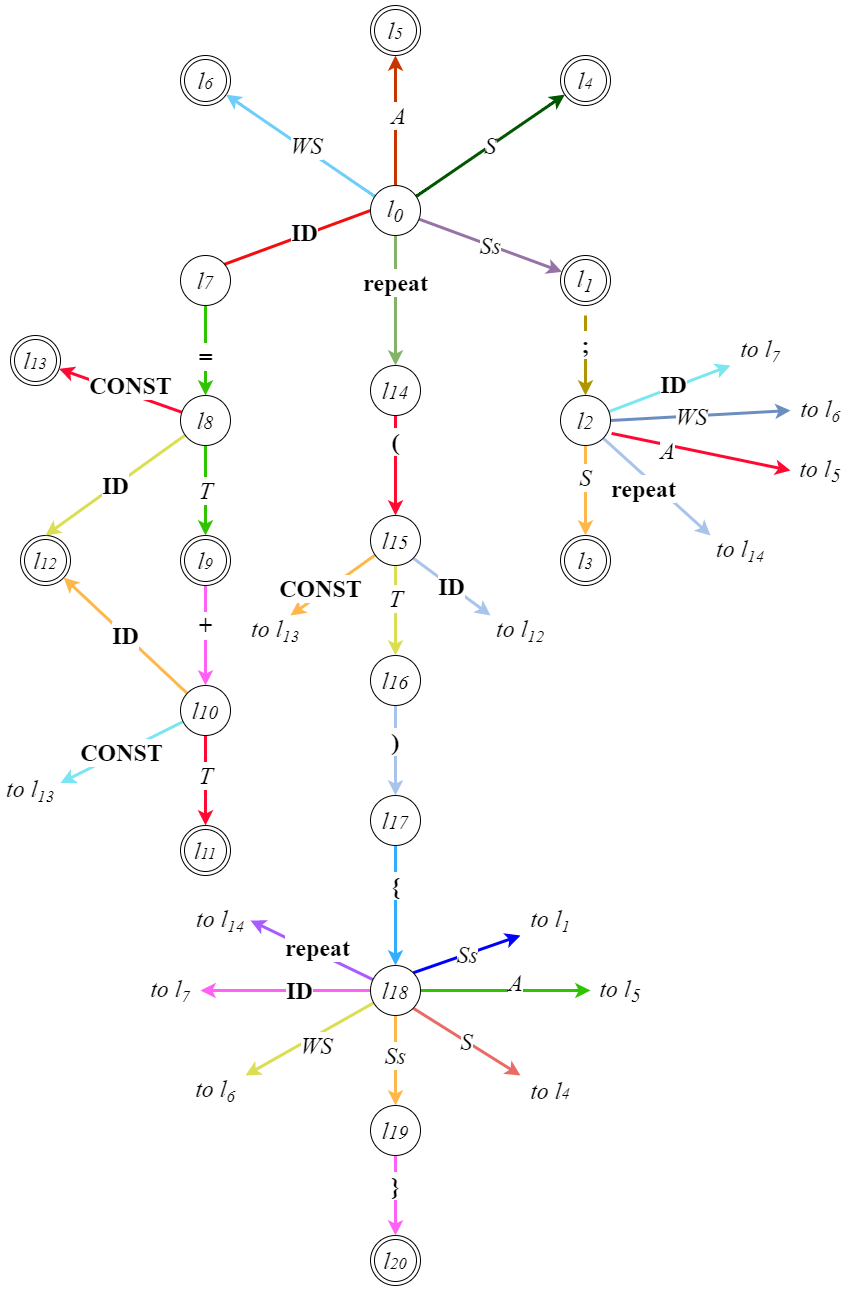
This is Programski Prevodioci/Lab/2021/Lab 2/Latest.drawio.png from sssteeefaaan/VII-Semestar, a draw.io export, as it was before one commit. Source tidied: cells renumbered, new cells last; positions are measured from the earlier drawing's top-left corner, leaving out a move shared by most shapes.
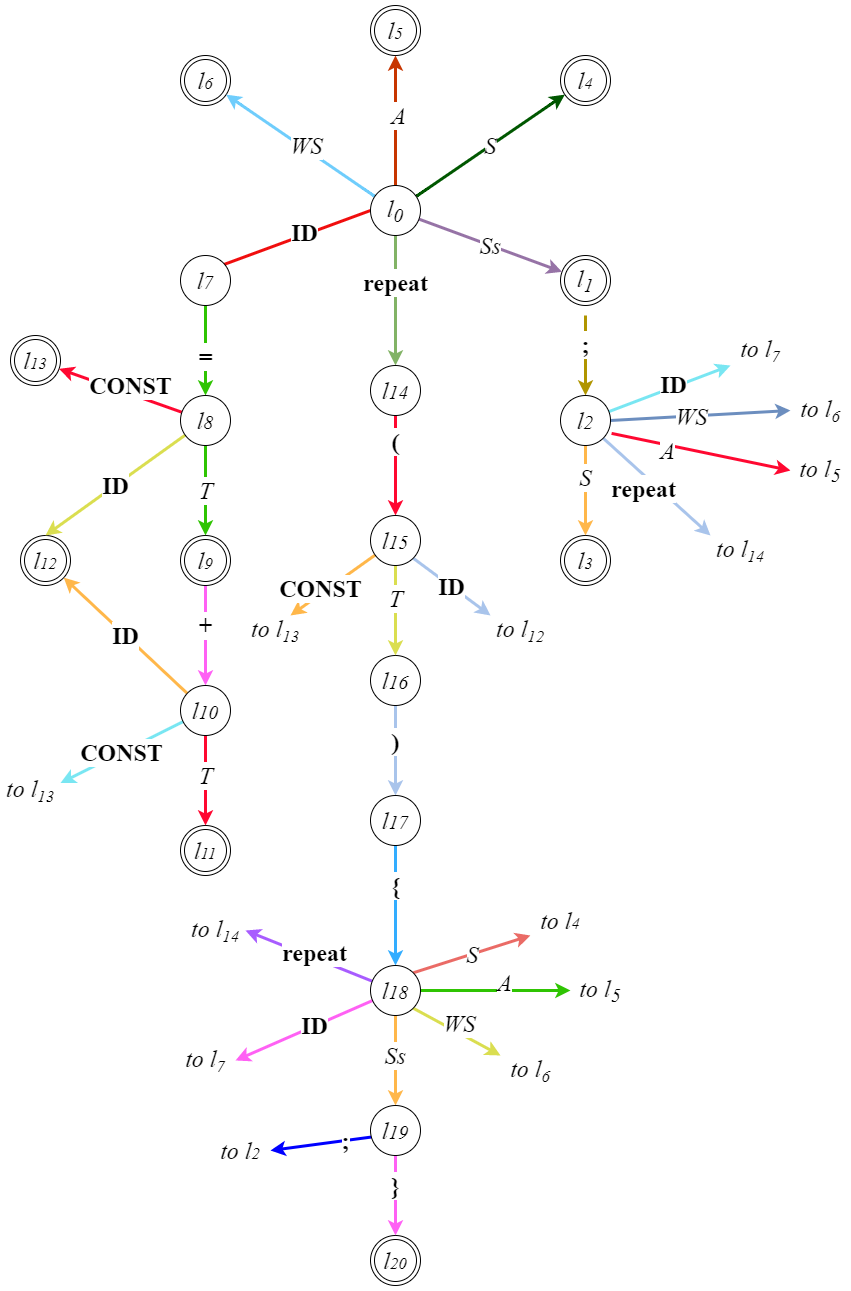
Above is the later version.

What changed in the source:
```diff
@@ -135,15 +135,11 @@
     <mxCell id="43" value="A" style="rounded=0;jettySize=auto;html=1;exitDx=0;exitDy=0;fontFamily=Times New Roman;fontSize=24;fontStyle=2;orthogonal=1;strokeColor=#2FC402;strokeWidth=3;entryX=0;entryY=0.5;entryDx=0;entryDy=0;exitX=1;exitY=0.5;" parent="1" edge="1" source="50" target="61">
       <mxGeometry x="0.12" y="8" relative="1" as="geometry" />
     </mxCell>
-    <mxCell id="44" value="WS" style="rounded=0;jettySize=auto;html=1;exitDx=0;exitDy=0;fontFamily=Times New Roman;fontSize=24;elbow=vertical;fontStyle=2;orthogonal=1;strokeColor=#DADE50;strokeWidth=3;entryX=1;entryY=0;entryDx=0;entryDy=0;" parent="1" edge="1" source="50" target="62">
+    <mxCell id="44" value="WS" style="rounded=0;jettySize=auto;html=1;exitDx=0;exitDy=0;fontFamily=Times New Roman;fontSize=24;elbow=vertical;fontStyle=2;orthogonal=1;strokeColor=#DADE50;strokeWidth=3;entryX=0;entryY=0;entryDx=0;entryDy=0;exitX=1;exitY=1;" parent="1" edge="1" source="50" target="62">
       <mxGeometry x="-0.03" y="9" relative="1" as="geometry" />
     </mxCell>
     <mxCell id="45" value="&lt;b&gt;ID&lt;/b&gt;" style="rounded=0;jettySize=auto;html=1;exitDx=0;exitDy=0;fontFamily=Times New Roman;fontSize=24;elbow=vertical;orthogonal=1;strokeColor=#FF61F4;strokeWidth=3;entryX=1;entryY=0.5;entryDx=0;entryDy=0;" parent="1" edge="1" source="50" target="63">
-      <mxGeometry x="-0.16" relative="1" as="geometry">
-        <Array as="points">
-          <mxPoint x="360" y="985" />
-        </Array>
-      </mxGeometry>
+      <mxGeometry x="-0.16" relative="1" as="geometry" />
     </mxCell>
     <mxCell id="46" value="&lt;i&gt;Ss&lt;/i&gt;" style="jettySize=auto;html=1;exitDx=0;exitDy=0;fontFamily=Times New Roman;fontSize=24;elbow=vertical;orthogonal=1;strokeColor=#FFB74A;strokeWidth=3;entryX=0.5;entryY=0;entryDx=0;entryDy=0;" parent="1" edge="1" source="50" target="52">
       <mxGeometry x="-0.11" relative="1" as="geometry" />
@@ -151,10 +147,10 @@
     <mxCell id="47" value="&lt;b&gt;repeat&lt;/b&gt;" style="jettySize=auto;html=1;fontFamily=Times New Roman;fontSize=24;strokeColor=#A85CFF;strokeWidth=3;elbow=vertical;entryX=1;entryY=0.5;entryDx=0;entryDy=0;" parent="1" edge="1" source="50" target="64">
       <mxGeometry x="-0.06" y="-5" relative="1" as="geometry" />
     </mxCell>
-    <mxCell id="48" value="&lt;font style=&quot;font-size: 24px&quot;&gt;&lt;i&gt;Ss&lt;/i&gt;&lt;/font&gt;" style="rounded=0;jettySize=auto;html=1;exitX=1;exitY=0;exitDx=0;exitDy=0;fontFamily=Times New Roman;strokeColor=#0000FF;strokeWidth=3;entryX=0;entryY=1;entryDx=0;entryDy=0;" parent="1" edge="1" source="50" target="68">
+    <mxCell id="48" value="&lt;font style=&quot;font-size: 24px&quot;&gt;&lt;b&gt;;&lt;/b&gt;&lt;/font&gt;" style="rounded=0;jettySize=auto;html=1;exitX=1;exitY=0.5;exitDx=0;exitDy=0;fontFamily=Times New Roman;strokeColor=#0000FF;strokeWidth=3;entryX=1;entryY=0.5;entryDx=0;entryDy=0;" parent="1" edge="1" source="52" target="68">
       <mxGeometry relative="1" as="geometry" />
     </mxCell>
-    <mxCell id="49" value="&lt;i&gt;S&lt;/i&gt;" style="edgeStyle=none;rounded=0;jettySize=auto;html=1;exitX=1;exitY=1;exitDx=0;exitDy=0;entryX=0;entryY=0;entryDx=0;entryDy=0;fontFamily=Times New Roman;fontSize=24;strokeWidth=3;strokeColor=#EA6B66;" parent="1" edge="1" source="50" target="69">
+    <mxCell id="49" value="&lt;i&gt;S&lt;/i&gt;" style="edgeStyle=none;rounded=0;jettySize=auto;html=1;exitX=1;exitY=0;exitDx=0;exitDy=0;entryX=0;entryY=1;entryDx=0;entryDy=0;fontFamily=Times New Roman;fontSize=24;strokeWidth=3;strokeColor=#EA6B66;" parent="1" edge="1" source="50" target="69">
       <mxGeometry relative="1" as="geometry" />
     </mxCell>
     <mxCell id="50" value="&lt;h1&gt;&lt;i style=&quot;font-weight: normal&quot;&gt;l&lt;span style=&quot;font-size: 20px&quot;&gt;18&lt;/span&gt;&lt;/i&gt;&lt;/h1&gt;" style="ellipse;whiteSpace=wrap;html=1;fontFamily=Times New Roman;" parent="1" vertex="1">
@@ -193,16 +189,16 @@
       <mxGeometry x="710" y="530" width="60" height="30" as="geometry" />
     </mxCell>
     <mxCell id="61" value="&lt;i&gt;to l&lt;sub&gt;5&lt;/sub&gt;&lt;/i&gt;" style="text;html=1;strokeColor=none;fillColor=none;align=center;verticalAlign=middle;whiteSpace=wrap;rounded=0;fontFamily=Times New Roman;fontSize=24;" parent="1" vertex="1">
-      <mxGeometry x="590" y="970" width="60" height="30" as="geometry" />
+      <mxGeometry x="570" y="970" width="60" height="30" as="geometry" />
     </mxCell>
     <mxCell id="62" value="&lt;i&gt;to l&lt;span style=&quot;font-size: 20px&quot;&gt;&lt;sub&gt;6&lt;/sub&gt;&lt;/span&gt;&lt;/i&gt;" style="text;html=1;strokeColor=none;fillColor=none;align=center;verticalAlign=middle;whiteSpace=wrap;rounded=0;fontFamily=Times New Roman;fontSize=24;" parent="1" vertex="1">
-      <mxGeometry x="185" y="1070" width="60" height="30" as="geometry" />
+      <mxGeometry x="500" y="1050" width="60" height="30" as="geometry" />
     </mxCell>
     <mxCell id="63" value="&lt;i&gt;to l&lt;span style=&quot;font-size: 20px&quot;&gt;&lt;sub&gt;7&lt;/sub&gt;&lt;/span&gt;&lt;/i&gt;" style="text;html=1;strokeColor=none;fillColor=none;align=center;verticalAlign=middle;whiteSpace=wrap;rounded=0;fontFamily=Times New Roman;fontSize=24;" parent="1" vertex="1">
-      <mxGeometry x="140" y="970" width="60" height="30" as="geometry" />
+      <mxGeometry x="175" y="1040" width="60" height="30" as="geometry" />
     </mxCell>
     <mxCell id="64" value="&lt;i&gt;to l&lt;span style=&quot;font-size: 20px&quot;&gt;&lt;sub&gt;14&lt;/sub&gt;&lt;/span&gt;&lt;/i&gt;" style="text;html=1;strokeColor=none;fillColor=none;align=center;verticalAlign=middle;whiteSpace=wrap;rounded=0;fontFamily=Times New Roman;fontSize=24;" parent="1" vertex="1">
-      <mxGeometry x="190" y="900" width="60" height="30" as="geometry" />
+      <mxGeometry x="185" y="910" width="60" height="30" as="geometry" />
     </mxCell>
     <mxCell id="65" value="&lt;i&gt;to l&lt;span style=&quot;font-size: 20px&quot;&gt;&lt;sub&gt;12&lt;/sub&gt;&lt;/span&gt;&lt;/i&gt;" style="text;html=1;strokeColor=none;fillColor=none;align=center;verticalAlign=middle;whiteSpace=wrap;rounded=0;fontFamily=Times New Roman;fontSize=24;" parent="1" vertex="1">
       <mxGeometry x="490" y="610" width="60" height="30" as="geometry" />
@@ -213,11 +209,11 @@
     <mxCell id="67" value="&lt;i&gt;to l&lt;span style=&quot;font-size: 20px&quot;&gt;&lt;sub&gt;13&lt;br&gt;&lt;/sub&gt;&lt;/span&gt;&lt;/i&gt;" style="text;html=1;strokeColor=none;fillColor=none;align=center;verticalAlign=middle;whiteSpace=wrap;rounded=0;fontFamily=Times New Roman;fontSize=24;" parent="1" vertex="1">
       <mxGeometry y="770" width="60" height="30" as="geometry" />
     </mxCell>
-    <mxCell id="68" value="&lt;i&gt;to l&lt;span style=&quot;font-size: 20px&quot;&gt;&lt;sub&gt;1&lt;/sub&gt;&lt;/span&gt;&lt;/i&gt;" style="text;html=1;strokeColor=none;fillColor=none;align=center;verticalAlign=middle;whiteSpace=wrap;rounded=0;fontFamily=Times New Roman;fontSize=24;" parent="1" vertex="1">
-      <mxGeometry x="520" y="900" width="60" height="30" as="geometry" />
+    <mxCell id="68" value="&lt;i&gt;to l&lt;span style=&quot;font-size: 16.6667px&quot;&gt;2&lt;/span&gt;&lt;/i&gt;" style="text;html=1;strokeColor=none;fillColor=none;align=center;verticalAlign=middle;whiteSpace=wrap;rounded=0;fontFamily=Times New Roman;fontSize=24;" parent="1" vertex="1">
+      <mxGeometry x="210" y="1130" width="60" height="30" as="geometry" />
     </mxCell>
     <mxCell id="69" value="&lt;i&gt;to l&lt;span style=&quot;font-size: 16.6667px&quot;&gt;4&lt;/span&gt;&lt;/i&gt;" style="text;html=1;strokeColor=none;fillColor=none;align=center;verticalAlign=middle;whiteSpace=wrap;rounded=0;fontFamily=Times New Roman;fontSize=24;" parent="1" vertex="1">
-      <mxGeometry x="520" y="1070" width="60" height="30" as="geometry" />
+      <mxGeometry x="530" y="900" width="60" height="30" as="geometry" />
     </mxCell>
   </root>
 </mxGraphModel>
```
